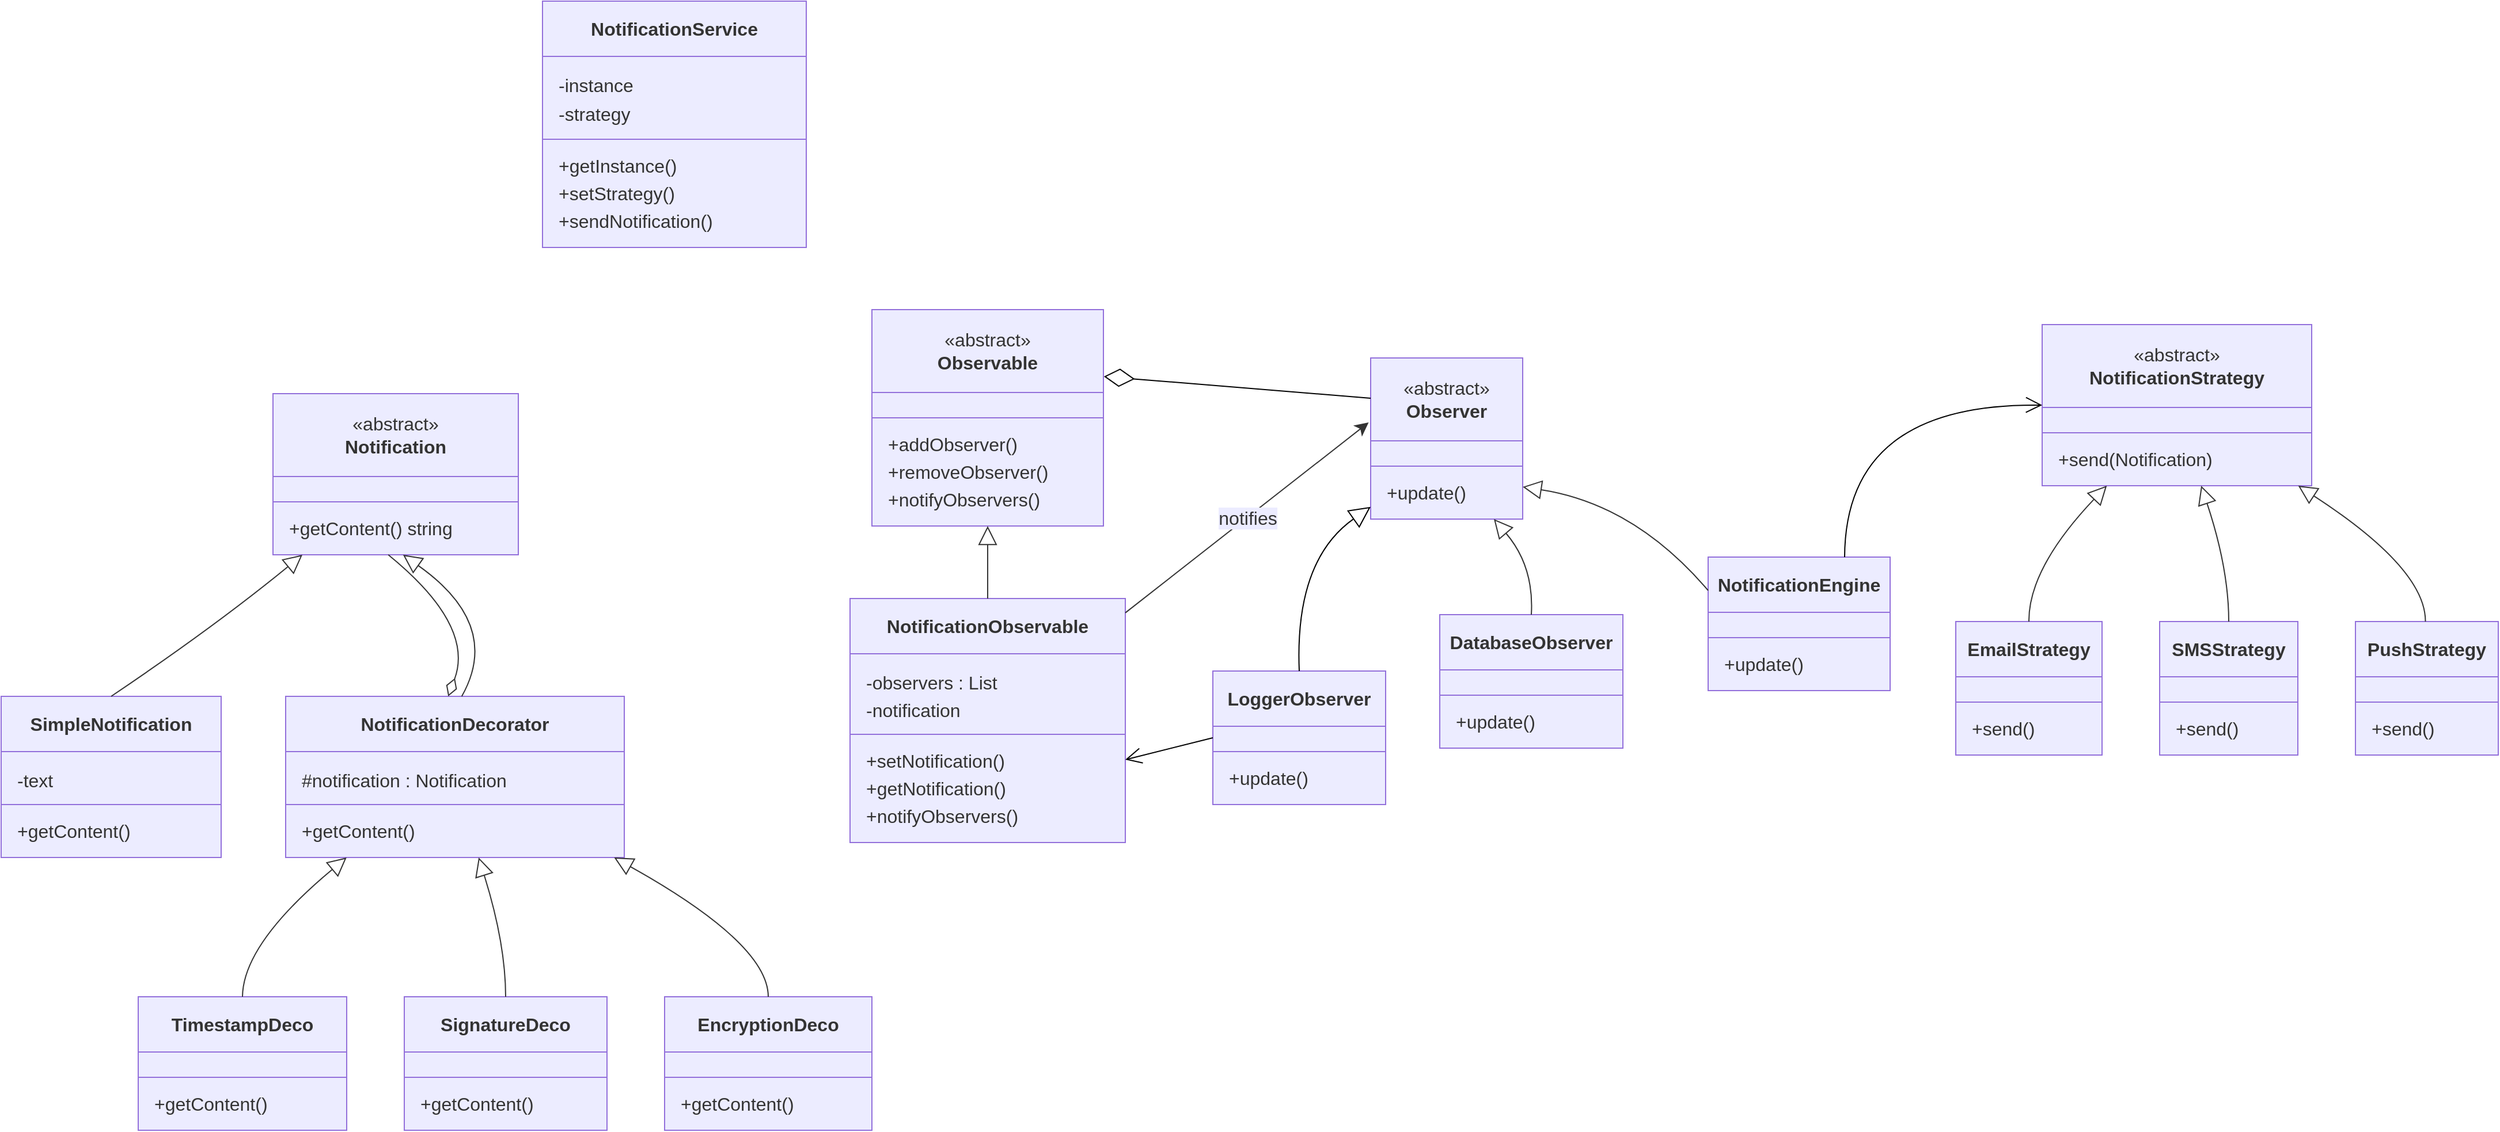
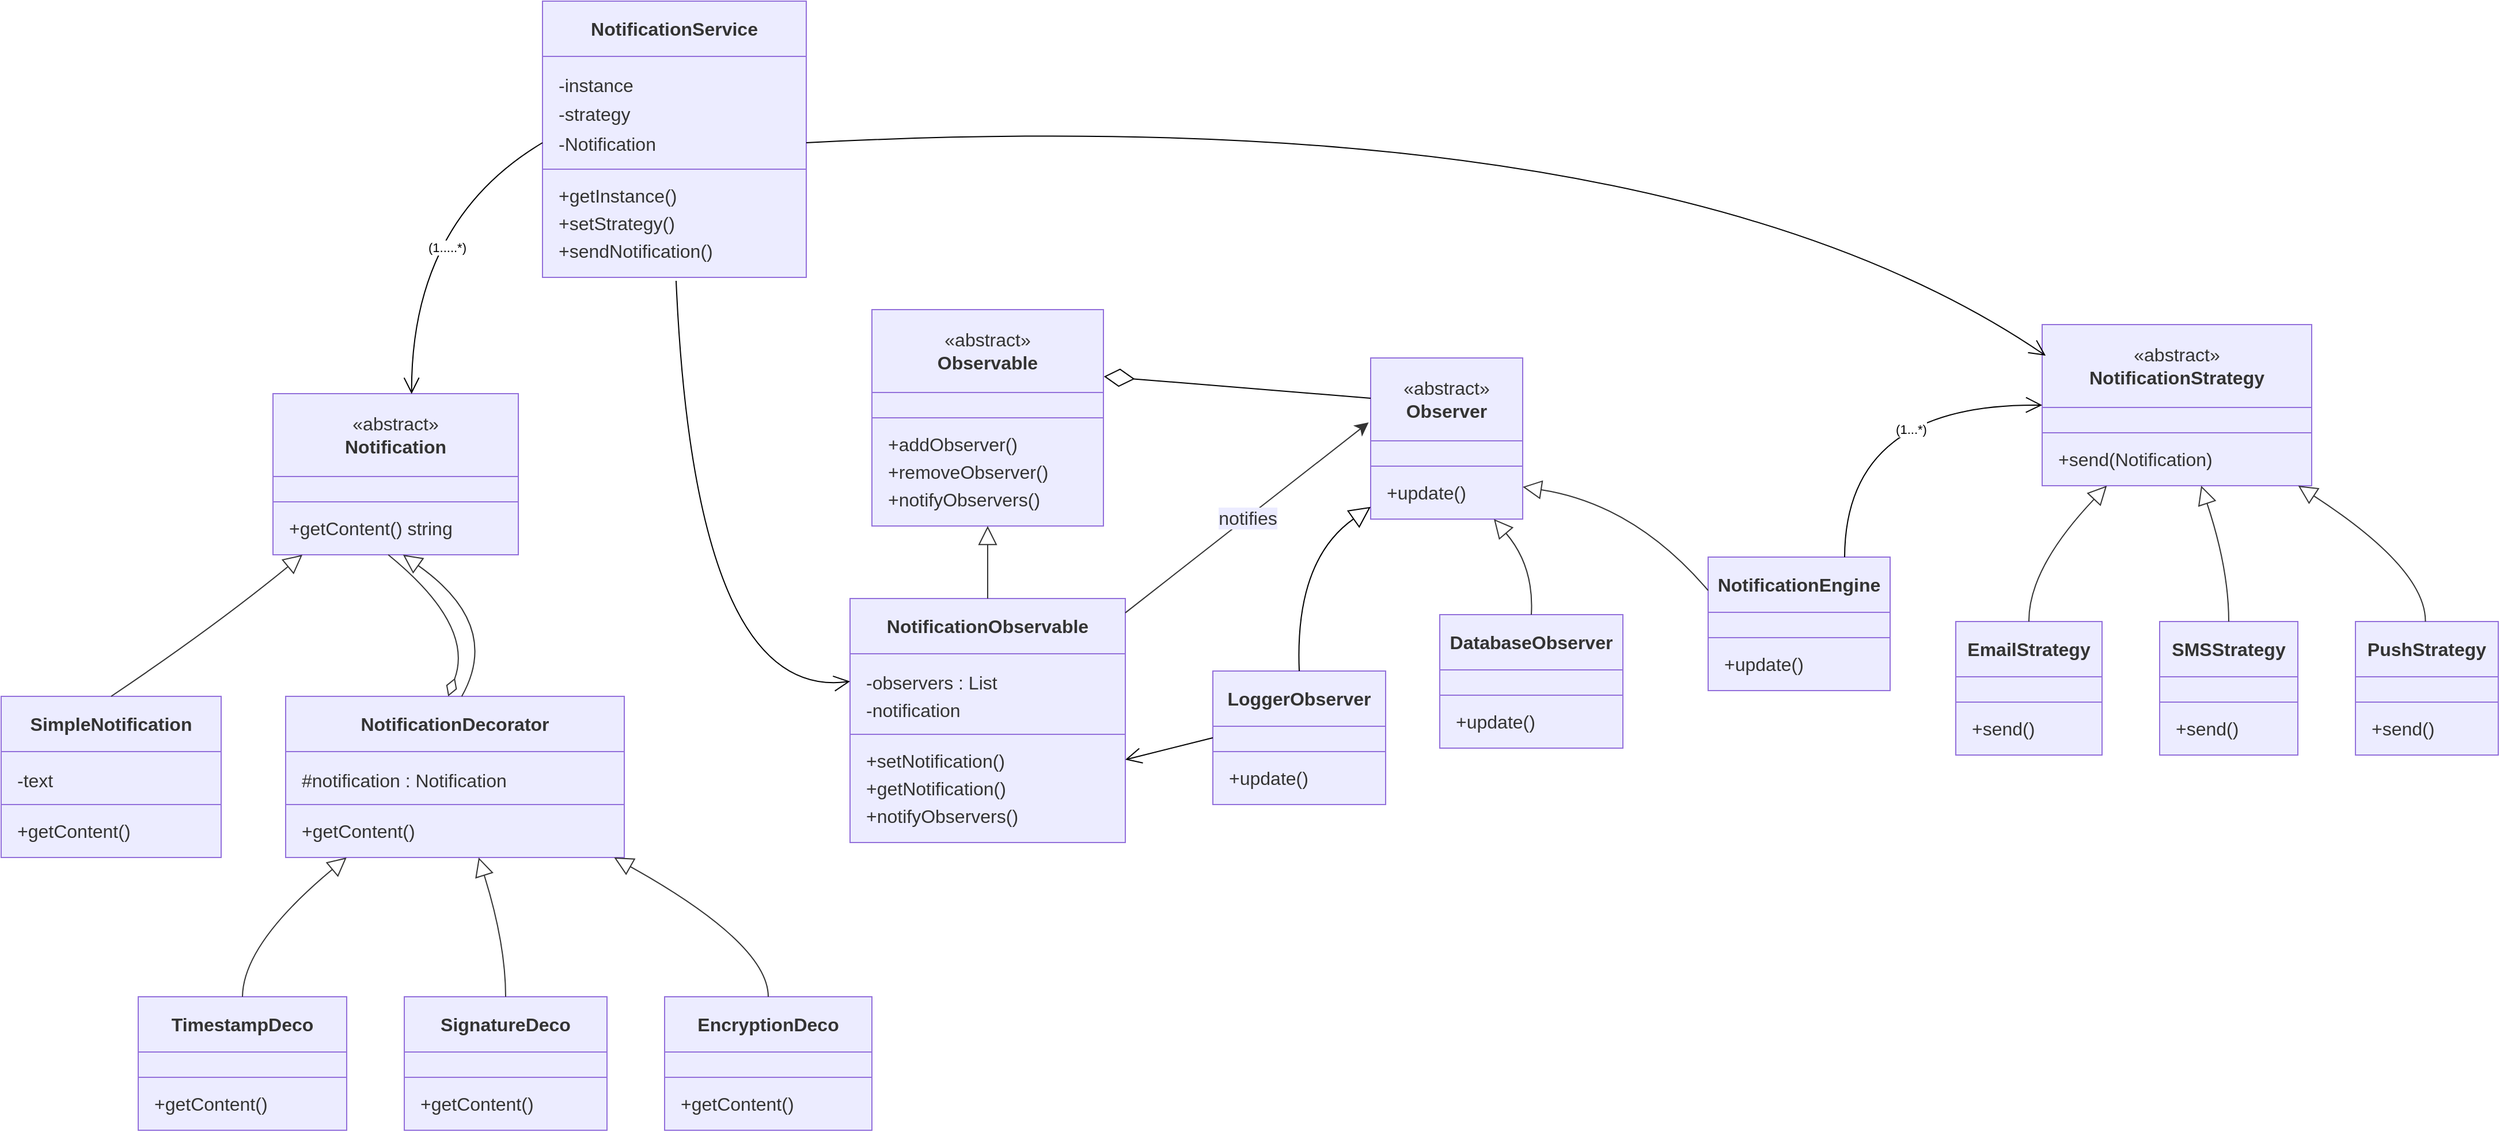
<mxfile host="app.diagrams.net">
  <diagram name="Page-1" id="seDprMgRai6h9_X78aHM">
-     <mxGraphModel dx="2896" dy="1867" grid="0" gridSize="10" guides="1" tooltips="1" connect="1" arrows="1" fold="1" page="0" pageScale="1" pageWidth="827" pageHeight="1169" math="0" shadow="0">
+     <mxGraphModel dx="3146" dy="2014" grid="0" gridSize="10" guides="1" tooltips="1" connect="1" arrows="1" fold="1" page="0" pageScale="1" pageWidth="827" pageHeight="1169" math="0" shadow="0">
      <root>
        <mxCell id="0" />
        <mxCell id="1" parent="0" />
        <UserObject label="" mermaidData="{&#xa;  &quot;data&quot;: &quot;classDiagram\n  class NotificationService {\n    -instance\n    -strategy\n    +getInstance()\n    +setStrategy()\n    +sendNotification()\n  }\n  class NotificationStrategy {\n    &lt;&lt;abstract&gt;&gt;\n    +send(Notification)\n  }\n  class EmailStrategy {\n    +send()\n  }\n  class SMSStrategy {\n    +send()\n  }\n  class PushStrategy {\n    +send()\n  }\n  NotificationService --&gt; NotificationStrategy\n  NotificationStrategy &lt;|-- EmailStrategy\n  NotificationStrategy &lt;|-- SMSStrategy\n  NotificationStrategy &lt;|-- PushStrategy\n\n  class Notification {\n    &lt;&lt;abstract&gt;&gt;\n    +getContent() string\n  }\n  class SimpleNotification {\n    -text\n    +getContent()\n  }\n  class NotificationDecorator {\n    #notification : Notification\n    +getContent()\n  }\n  class TimestampDeco {\n    +getContent()\n  }\n  class SignatureDeco {\n    +getContent()\n  }\n  class EncryptionDeco {\n    +getContent()\n  }\n  Notification &lt;|-- SimpleNotification\n  Notification &lt;|-- NotificationDecorator\n  NotificationDecorator o-- Notification\n  NotificationDecorator &lt;|-- TimestampDeco\n  NotificationDecorator &lt;|-- SignatureDeco\n  NotificationDecorator &lt;|-- EncryptionDeco\n\n  class Observable {\n    &lt;&lt;abstract&gt;&gt;\n    +addObserver()\n    +removeObserver()\n    +notifyObservers()\n  }\n  class NotificationObservable {\n    -observers : List\n    -notification\n    +setNotification()\n    +getNotification()\n    +notifyObservers()\n  }\n  class Observer {\n    &lt;&lt;abstract&gt;&gt;\n    +update()\n  }\n  class LoggerObserver {\n    +update()\n  }\n  class DatabaseObs {\n    +update()\n  }\n  class AnalyticsObserver {\n    +update()\n  }\n  Observable &lt;|-- NotificationObservable\n  Observer &lt;|-- LoggerObserver\n  Observer &lt;|-- DatabaseObs\n  Observer &lt;|-- AnalyticsObserver\n  NotificationObservable --&gt; Observer : notifies&quot;,&#xa;  &quot;config&quot;: null&#xa;}" id="95ljqdtogvRGpSAPRX8R-1">
          <mxCell connectable="0" parent="1" style="group;transparentBounds=1;editIcon=1;lockedGroup=0;groupPadding=20;" vertex="1">
            <mxGeometry height="633" width="1460" as="geometry" />
          </mxCell>
        </UserObject>
        <UserObject label="&lt;b&gt;NotificationService&lt;/b&gt;" mermaidId="n:NotificationService" mermaidBaseStyle="swimlane;html=1;fontStyle=0;fontSize=16;align=center;verticalAlign=middle;horizontal=1;childLayout=stackLayout;startSize=48;horizontalStack=0;resizeParent=1;resizeParentMax=0;resizeLast=0;collapsible=0;marginTop=12;marginBottom=12;stackSpacing=0;swimlaneFillColor=light-dark(#ECECFF,#1f2020);whiteSpace=wrap;fillColor=light-dark(#ECECFF,#1f2020);strokeColor=light-dark(#9370DB,#cccccc);fontColor=light-dark(#333333,#cccccc);fontFamily=Trebuchet MS,Verdana,Arial,sans-serif;" mermaidBaseValue="&lt;b&gt;NotificationService&lt;/b&gt;" id="95ljqdtogvRGpSAPRX8R-2">
          <mxCell parent="95ljqdtogvRGpSAPRX8R-1" style="swimlane;html=1;fontStyle=0;fontSize=16;align=center;verticalAlign=middle;horizontal=1;childLayout=stackLayout;startSize=48;horizontalStack=0;resizeParent=1;resizeParentMax=0;resizeLast=0;collapsible=0;marginTop=12;marginBottom=12;stackSpacing=0;swimlaneFillColor=light-dark(#ECECFF,#1f2020);whiteSpace=wrap;fillColor=light-dark(#ECECFF,#1f2020);strokeColor=light-dark(#9370DB,#cccccc);fontColor=light-dark(#333333,#cccccc);fontFamily=Trebuchet MS,Verdana,Arial,sans-serif;" vertex="1">
-             <mxGeometry height="214" width="229" x="388" y="-36" as="geometry" />
+             <mxGeometry height="240" width="229" x="388" y="-36" as="geometry" />
          </mxCell>
        </UserObject>
        <mxCell id="95ljqdtogvRGpSAPRX8R-3" parent="95ljqdtogvRGpSAPRX8R-2" style="text;fontSize=16;strokeColor=none;fillColor=none;align=left;verticalAlign=middle;spacingLeft=12;spacingRight=12;overflow=hidden;rotatable=0;points=[[0,0.5],[1,0.5]];portConstraint=eastwest;fontFamily=Trebuchet MS,Verdana,Arial,sans-serif;fontColor=light-dark(#333333,#cccccc);" value="-instance" vertex="1">
          <mxGeometry height="24" width="229" y="60" as="geometry" />
        </mxCell>
        <mxCell id="95ljqdtogvRGpSAPRX8R-4" parent="95ljqdtogvRGpSAPRX8R-2" style="text;fontSize=16;strokeColor=none;fillColor=none;align=left;verticalAlign=middle;spacingLeft=12;spacingRight=12;overflow=hidden;rotatable=0;points=[[0,0.5],[1,0.5]];portConstraint=eastwest;fontFamily=Trebuchet MS,Verdana,Arial,sans-serif;fontColor=light-dark(#333333,#cccccc);" value="-strategy" vertex="1">
          <mxGeometry height="26" width="229" y="84" as="geometry" />
        </mxCell>
+         <mxCell id="R15FbQoyLwitaG1NfhFc-1" parent="95ljqdtogvRGpSAPRX8R-2" style="text;fontSize=16;strokeColor=none;fillColor=none;align=left;verticalAlign=middle;spacingLeft=12;spacingRight=12;overflow=hidden;rotatable=0;points=[[0,0.5],[1,0.5]];portConstraint=eastwest;fontFamily=Trebuchet MS,Verdana,Arial,sans-serif;fontColor=light-dark(#333333,#cccccc);" value="-Notification" vertex="1">
+           <mxGeometry height="26" width="229" y="110" as="geometry" />
+         </mxCell>
        <mxCell id="95ljqdtogvRGpSAPRX8R-5" parent="95ljqdtogvRGpSAPRX8R-2" style="line;strokeWidth=1;fillColor=none;spacingLeft=3;spacingRight=3;rotatable=0;points=[];strokeColor=inherit;" vertex="1">
-           <mxGeometry height="20" width="229" y="110" as="geometry" />
+           <mxGeometry height="20" width="229" y="136" as="geometry" />
        </mxCell>
        <mxCell id="95ljqdtogvRGpSAPRX8R-6" parent="95ljqdtogvRGpSAPRX8R-2" style="text;fontSize=16;strokeColor=none;fillColor=none;align=left;verticalAlign=middle;spacingLeft=12;spacingRight=12;overflow=hidden;rotatable=0;points=[[0,0.5],[1,0.5]];portConstraint=eastwest;fontFamily=Trebuchet MS,Verdana,Arial,sans-serif;fontColor=light-dark(#333333,#cccccc);" value="+getInstance()" vertex="1">
-           <mxGeometry height="24" width="229" y="130" as="geometry" />
+           <mxGeometry height="24" width="229" y="156" as="geometry" />
        </mxCell>
        <mxCell id="95ljqdtogvRGpSAPRX8R-7" parent="95ljqdtogvRGpSAPRX8R-2" style="text;fontSize=16;strokeColor=none;fillColor=none;align=left;verticalAlign=middle;spacingLeft=12;spacingRight=12;overflow=hidden;rotatable=0;points=[[0,0.5],[1,0.5]];portConstraint=eastwest;fontFamily=Trebuchet MS,Verdana,Arial,sans-serif;fontColor=light-dark(#333333,#cccccc);" value="+setStrategy()" vertex="1">
-           <mxGeometry height="24" width="229" y="154" as="geometry" />
+           <mxGeometry height="24" width="229" y="180" as="geometry" />
        </mxCell>
        <mxCell id="95ljqdtogvRGpSAPRX8R-8" parent="95ljqdtogvRGpSAPRX8R-2" style="text;fontSize=16;strokeColor=none;fillColor=none;align=left;verticalAlign=middle;spacingLeft=12;spacingRight=12;overflow=hidden;rotatable=0;points=[[0,0.5],[1,0.5]];portConstraint=eastwest;fontFamily=Trebuchet MS,Verdana,Arial,sans-serif;fontColor=light-dark(#333333,#cccccc);" value="+sendNotification()" vertex="1">
-           <mxGeometry height="24" width="229" y="178" as="geometry" />
+           <mxGeometry height="24" width="229" y="204" as="geometry" />
        </mxCell>
        <UserObject label="«abstract»&lt;br&gt;&lt;b&gt;NotificationStrategy&lt;/b&gt;" mermaidId="n:NotificationStrategy" mermaidBaseStyle="swimlane;html=1;fontStyle=0;fontSize=16;align=center;verticalAlign=middle;horizontal=1;childLayout=stackLayout;startSize=72;horizontalStack=0;resizeParent=1;resizeParentMax=0;resizeLast=0;collapsible=0;marginTop=12;marginBottom=12;stackSpacing=0;swimlaneFillColor=light-dark(#ECECFF,#1f2020);whiteSpace=wrap;fillColor=light-dark(#ECECFF,#1f2020);strokeColor=light-dark(#9370DB,#cccccc);fontColor=light-dark(#333333,#cccccc);fontFamily=Trebuchet MS,Verdana,Arial,sans-serif;" mermaidBaseValue="«abstract»&lt;br&gt;&lt;b&gt;NotificationStrategy&lt;/b&gt;" id="95ljqdtogvRGpSAPRX8R-9">
          <mxCell parent="95ljqdtogvRGpSAPRX8R-1" style="swimlane;html=1;fontStyle=0;fontSize=16;align=center;verticalAlign=middle;horizontal=1;childLayout=stackLayout;startSize=72;horizontalStack=0;resizeParent=1;resizeParentMax=0;resizeLast=0;collapsible=0;marginTop=12;marginBottom=12;stackSpacing=0;swimlaneFillColor=light-dark(#ECECFF,#1f2020);whiteSpace=wrap;fillColor=light-dark(#ECECFF,#1f2020);strokeColor=light-dark(#9370DB,#cccccc);fontColor=light-dark(#333333,#cccccc);fontFamily=Trebuchet MS,Verdana,Arial,sans-serif;" vertex="1">
            <mxGeometry height="140" width="234" x="1690" y="245" as="geometry" />
          </mxCell>
        </UserObject>
        <mxCell id="95ljqdtogvRGpSAPRX8R-10" parent="95ljqdtogvRGpSAPRX8R-9" style="line;strokeWidth=1;fillColor=none;spacingLeft=3;spacingRight=3;rotatable=0;points=[];strokeColor=inherit;" vertex="1">
          <mxGeometry height="20" width="234" y="84" as="geometry" />
        </mxCell>
        <mxCell id="95ljqdtogvRGpSAPRX8R-11" parent="95ljqdtogvRGpSAPRX8R-9" style="text;fontSize=16;strokeColor=none;fillColor=none;align=left;verticalAlign=middle;spacingLeft=12;spacingRight=12;overflow=hidden;rotatable=0;points=[[0,0.5],[1,0.5]];portConstraint=eastwest;fontFamily=Trebuchet MS,Verdana,Arial,sans-serif;fontColor=light-dark(#333333,#cccccc);" value="+send(Notification)" vertex="1">
          <mxGeometry height="24" width="234" y="104" as="geometry" />
        </mxCell>
        <UserObject label="&lt;b&gt;EmailStrategy&lt;/b&gt;" mermaidId="n:EmailStrategy" mermaidBaseStyle="swimlane;html=1;fontStyle=0;fontSize=16;align=center;verticalAlign=middle;horizontal=1;childLayout=stackLayout;startSize=48;horizontalStack=0;resizeParent=1;resizeParentMax=0;resizeLast=0;collapsible=0;marginTop=12;marginBottom=12;stackSpacing=0;swimlaneFillColor=light-dark(#ECECFF,#1f2020);whiteSpace=wrap;fillColor=light-dark(#ECECFF,#1f2020);strokeColor=light-dark(#9370DB,#cccccc);fontColor=light-dark(#333333,#cccccc);fontFamily=Trebuchet MS,Verdana,Arial,sans-serif;" mermaidBaseValue="&lt;b&gt;EmailStrategy&lt;/b&gt;" id="95ljqdtogvRGpSAPRX8R-12">
          <mxCell parent="95ljqdtogvRGpSAPRX8R-1" style="swimlane;html=1;fontStyle=0;fontSize=16;align=center;verticalAlign=middle;horizontal=1;childLayout=stackLayout;startSize=48;horizontalStack=0;resizeParent=1;resizeParentMax=0;resizeLast=0;collapsible=0;marginTop=12;marginBottom=12;stackSpacing=0;swimlaneFillColor=light-dark(#ECECFF,#1f2020);whiteSpace=wrap;fillColor=light-dark(#ECECFF,#1f2020);strokeColor=light-dark(#9370DB,#cccccc);fontColor=light-dark(#333333,#cccccc);fontFamily=Trebuchet MS,Verdana,Arial,sans-serif;" vertex="1">
            <mxGeometry height="116" width="127" x="1615" y="503" as="geometry" />
          </mxCell>
        </UserObject>
        <mxCell id="95ljqdtogvRGpSAPRX8R-13" parent="95ljqdtogvRGpSAPRX8R-12" style="line;strokeWidth=1;fillColor=none;spacingLeft=3;spacingRight=3;rotatable=0;points=[];strokeColor=inherit;" vertex="1">
          <mxGeometry height="20" width="127" y="60" as="geometry" />
        </mxCell>
        <mxCell id="95ljqdtogvRGpSAPRX8R-14" parent="95ljqdtogvRGpSAPRX8R-12" style="text;fontSize=16;strokeColor=none;fillColor=none;align=left;verticalAlign=middle;spacingLeft=12;spacingRight=12;overflow=hidden;rotatable=0;points=[[0,0.5],[1,0.5]];portConstraint=eastwest;fontFamily=Trebuchet MS,Verdana,Arial,sans-serif;fontColor=light-dark(#333333,#cccccc);" value="+send()" vertex="1">
          <mxGeometry height="24" width="127" y="80" as="geometry" />
        </mxCell>
        <UserObject label="&lt;b&gt;SMSStrategy&lt;/b&gt;" mermaidId="n:SMSStrategy" mermaidBaseStyle="swimlane;html=1;fontStyle=0;fontSize=16;align=center;verticalAlign=middle;horizontal=1;childLayout=stackLayout;startSize=48;horizontalStack=0;resizeParent=1;resizeParentMax=0;resizeLast=0;collapsible=0;marginTop=12;marginBottom=12;stackSpacing=0;swimlaneFillColor=light-dark(#ECECFF,#1f2020);whiteSpace=wrap;fillColor=light-dark(#ECECFF,#1f2020);strokeColor=light-dark(#9370DB,#cccccc);fontColor=light-dark(#333333,#cccccc);fontFamily=Trebuchet MS,Verdana,Arial,sans-serif;" mermaidBaseValue="&lt;b&gt;SMSStrategy&lt;/b&gt;" id="95ljqdtogvRGpSAPRX8R-15">
          <mxCell parent="95ljqdtogvRGpSAPRX8R-1" style="swimlane;html=1;fontStyle=0;fontSize=16;align=center;verticalAlign=middle;horizontal=1;childLayout=stackLayout;startSize=48;horizontalStack=0;resizeParent=1;resizeParentMax=0;resizeLast=0;collapsible=0;marginTop=12;marginBottom=12;stackSpacing=0;swimlaneFillColor=light-dark(#ECECFF,#1f2020);whiteSpace=wrap;fillColor=light-dark(#ECECFF,#1f2020);strokeColor=light-dark(#9370DB,#cccccc);fontColor=light-dark(#333333,#cccccc);fontFamily=Trebuchet MS,Verdana,Arial,sans-serif;" vertex="1">
            <mxGeometry height="116" width="120" x="1792" y="503" as="geometry" />
          </mxCell>
        </UserObject>
        <mxCell id="95ljqdtogvRGpSAPRX8R-16" parent="95ljqdtogvRGpSAPRX8R-15" style="line;strokeWidth=1;fillColor=none;spacingLeft=3;spacingRight=3;rotatable=0;points=[];strokeColor=inherit;" vertex="1">
          <mxGeometry height="20" width="120" y="60" as="geometry" />
        </mxCell>
        <mxCell id="95ljqdtogvRGpSAPRX8R-17" parent="95ljqdtogvRGpSAPRX8R-15" style="text;fontSize=16;strokeColor=none;fillColor=none;align=left;verticalAlign=middle;spacingLeft=12;spacingRight=12;overflow=hidden;rotatable=0;points=[[0,0.5],[1,0.5]];portConstraint=eastwest;fontFamily=Trebuchet MS,Verdana,Arial,sans-serif;fontColor=light-dark(#333333,#cccccc);" value="+send()" vertex="1">
          <mxGeometry height="24" width="120" y="80" as="geometry" />
        </mxCell>
        <UserObject label="&lt;b&gt;PushStrategy&lt;/b&gt;" mermaidId="n:PushStrategy" mermaidBaseStyle="swimlane;html=1;fontStyle=0;fontSize=16;align=center;verticalAlign=middle;horizontal=1;childLayout=stackLayout;startSize=48;horizontalStack=0;resizeParent=1;resizeParentMax=0;resizeLast=0;collapsible=0;marginTop=12;marginBottom=12;stackSpacing=0;swimlaneFillColor=light-dark(#ECECFF,#1f2020);whiteSpace=wrap;fillColor=light-dark(#ECECFF,#1f2020);strokeColor=light-dark(#9370DB,#cccccc);fontColor=light-dark(#333333,#cccccc);fontFamily=Trebuchet MS,Verdana,Arial,sans-serif;" mermaidBaseValue="&lt;b&gt;PushStrategy&lt;/b&gt;" id="95ljqdtogvRGpSAPRX8R-18">
          <mxCell parent="95ljqdtogvRGpSAPRX8R-1" style="swimlane;html=1;fontStyle=0;fontSize=16;align=center;verticalAlign=middle;horizontal=1;childLayout=stackLayout;startSize=48;horizontalStack=0;resizeParent=1;resizeParentMax=0;resizeLast=0;collapsible=0;marginTop=12;marginBottom=12;stackSpacing=0;swimlaneFillColor=light-dark(#ECECFF,#1f2020);whiteSpace=wrap;fillColor=light-dark(#ECECFF,#1f2020);strokeColor=light-dark(#9370DB,#cccccc);fontColor=light-dark(#333333,#cccccc);fontFamily=Trebuchet MS,Verdana,Arial,sans-serif;" vertex="1">
            <mxGeometry height="116" width="124" x="1962" y="503" as="geometry" />
          </mxCell>
        </UserObject>
        <mxCell id="95ljqdtogvRGpSAPRX8R-19" parent="95ljqdtogvRGpSAPRX8R-18" style="line;strokeWidth=1;fillColor=none;spacingLeft=3;spacingRight=3;rotatable=0;points=[];strokeColor=inherit;" vertex="1">
          <mxGeometry height="20" width="124" y="60" as="geometry" />
        </mxCell>
        <mxCell id="95ljqdtogvRGpSAPRX8R-20" parent="95ljqdtogvRGpSAPRX8R-18" style="text;fontSize=16;strokeColor=none;fillColor=none;align=left;verticalAlign=middle;spacingLeft=12;spacingRight=12;overflow=hidden;rotatable=0;points=[[0,0.5],[1,0.5]];portConstraint=eastwest;fontFamily=Trebuchet MS,Verdana,Arial,sans-serif;fontColor=light-dark(#333333,#cccccc);" value="+send()" vertex="1">
          <mxGeometry height="24" width="124" y="80" as="geometry" />
        </mxCell>
        <UserObject label="«abstract»&lt;br&gt;&lt;b&gt;Notification&lt;/b&gt;" mermaidId="n:Notification" mermaidBaseStyle="swimlane;html=1;fontStyle=0;fontSize=16;align=center;verticalAlign=middle;horizontal=1;childLayout=stackLayout;startSize=72;horizontalStack=0;resizeParent=1;resizeParentMax=0;resizeLast=0;collapsible=0;marginTop=12;marginBottom=12;stackSpacing=0;swimlaneFillColor=light-dark(#ECECFF,#1f2020);whiteSpace=wrap;fillColor=light-dark(#ECECFF,#1f2020);strokeColor=light-dark(#9370DB,#cccccc);fontColor=light-dark(#333333,#cccccc);fontFamily=Trebuchet MS,Verdana,Arial,sans-serif;" mermaidBaseValue="«abstract»&lt;br&gt;&lt;b&gt;Notification&lt;/b&gt;" id="95ljqdtogvRGpSAPRX8R-21">
          <mxCell parent="95ljqdtogvRGpSAPRX8R-1" style="swimlane;html=1;fontStyle=0;fontSize=16;align=center;verticalAlign=middle;horizontal=1;childLayout=stackLayout;startSize=72;horizontalStack=0;resizeParent=1;resizeParentMax=0;resizeLast=0;collapsible=0;marginTop=12;marginBottom=12;stackSpacing=0;swimlaneFillColor=light-dark(#ECECFF,#1f2020);whiteSpace=wrap;fillColor=light-dark(#ECECFF,#1f2020);strokeColor=light-dark(#9370DB,#cccccc);fontColor=light-dark(#333333,#cccccc);fontFamily=Trebuchet MS,Verdana,Arial,sans-serif;" vertex="1">
            <mxGeometry height="140" width="213" x="154" y="305" as="geometry" />
          </mxCell>
        </UserObject>
        <mxCell id="95ljqdtogvRGpSAPRX8R-22" parent="95ljqdtogvRGpSAPRX8R-21" style="line;strokeWidth=1;fillColor=none;spacingLeft=3;spacingRight=3;rotatable=0;points=[];strokeColor=inherit;" vertex="1">
          <mxGeometry height="20" width="213" y="84" as="geometry" />
        </mxCell>
        <mxCell id="95ljqdtogvRGpSAPRX8R-23" parent="95ljqdtogvRGpSAPRX8R-21" style="text;fontSize=16;strokeColor=none;fillColor=none;align=left;verticalAlign=middle;spacingLeft=12;spacingRight=12;overflow=hidden;rotatable=0;points=[[0,0.5],[1,0.5]];portConstraint=eastwest;fontFamily=Trebuchet MS,Verdana,Arial,sans-serif;fontColor=light-dark(#333333,#cccccc);" value="+getContent() string" vertex="1">
          <mxGeometry height="24" width="213" y="104" as="geometry" />
        </mxCell>
        <UserObject label="&lt;b&gt;SimpleNotification&lt;/b&gt;" mermaidId="n:SimpleNotification" mermaidBaseStyle="swimlane;html=1;fontStyle=0;fontSize=16;align=center;verticalAlign=middle;horizontal=1;childLayout=stackLayout;startSize=48;horizontalStack=0;resizeParent=1;resizeParentMax=0;resizeLast=0;collapsible=0;marginTop=12;marginBottom=12;stackSpacing=0;swimlaneFillColor=light-dark(#ECECFF,#1f2020);whiteSpace=wrap;fillColor=light-dark(#ECECFF,#1f2020);strokeColor=light-dark(#9370DB,#cccccc);fontColor=light-dark(#333333,#cccccc);fontFamily=Trebuchet MS,Verdana,Arial,sans-serif;" mermaidBaseValue="&lt;b&gt;SimpleNotification&lt;/b&gt;" id="95ljqdtogvRGpSAPRX8R-24">
          <mxCell parent="95ljqdtogvRGpSAPRX8R-1" style="swimlane;html=1;fontStyle=0;fontSize=16;align=center;verticalAlign=middle;horizontal=1;childLayout=stackLayout;startSize=48;horizontalStack=0;resizeParent=1;resizeParentMax=0;resizeLast=0;collapsible=0;marginTop=12;marginBottom=12;stackSpacing=0;swimlaneFillColor=light-dark(#ECECFF,#1f2020);whiteSpace=wrap;fillColor=light-dark(#ECECFF,#1f2020);strokeColor=light-dark(#9370DB,#cccccc);fontColor=light-dark(#333333,#cccccc);fontFamily=Trebuchet MS,Verdana,Arial,sans-serif;" vertex="1">
            <mxGeometry height="140" width="191" x="-82" y="568" as="geometry" />
          </mxCell>
        </UserObject>
        <mxCell id="95ljqdtogvRGpSAPRX8R-25" parent="95ljqdtogvRGpSAPRX8R-24" style="text;fontSize=16;strokeColor=none;fillColor=none;align=left;verticalAlign=middle;spacingLeft=12;spacingRight=12;overflow=hidden;rotatable=0;points=[[0,0.5],[1,0.5]];portConstraint=eastwest;fontFamily=Trebuchet MS,Verdana,Arial,sans-serif;fontColor=light-dark(#333333,#cccccc);" value="-text" vertex="1">
          <mxGeometry height="24" width="191" y="60" as="geometry" />
        </mxCell>
        <mxCell id="95ljqdtogvRGpSAPRX8R-26" parent="95ljqdtogvRGpSAPRX8R-24" style="line;strokeWidth=1;fillColor=none;spacingLeft=3;spacingRight=3;rotatable=0;points=[];strokeColor=inherit;" vertex="1">
          <mxGeometry height="20" width="191" y="84" as="geometry" />
        </mxCell>
        <mxCell id="95ljqdtogvRGpSAPRX8R-27" parent="95ljqdtogvRGpSAPRX8R-24" style="text;fontSize=16;strokeColor=none;fillColor=none;align=left;verticalAlign=middle;spacingLeft=12;spacingRight=12;overflow=hidden;rotatable=0;points=[[0,0.5],[1,0.5]];portConstraint=eastwest;fontFamily=Trebuchet MS,Verdana,Arial,sans-serif;fontColor=light-dark(#333333,#cccccc);" value="+getContent()" vertex="1">
          <mxGeometry height="24" width="191" y="104" as="geometry" />
        </mxCell>
        <UserObject label="&lt;b&gt;NotificationDecorator&lt;/b&gt;" mermaidId="n:NotificationDecorator" mermaidBaseStyle="swimlane;html=1;fontStyle=0;fontSize=16;align=center;verticalAlign=middle;horizontal=1;childLayout=stackLayout;startSize=48;horizontalStack=0;resizeParent=1;resizeParentMax=0;resizeLast=0;collapsible=0;marginTop=12;marginBottom=12;stackSpacing=0;swimlaneFillColor=light-dark(#ECECFF,#1f2020);whiteSpace=wrap;fillColor=light-dark(#ECECFF,#1f2020);strokeColor=light-dark(#9370DB,#cccccc);fontColor=light-dark(#333333,#cccccc);fontFamily=Trebuchet MS,Verdana,Arial,sans-serif;" mermaidBaseValue="&lt;b&gt;NotificationDecorator&lt;/b&gt;" id="95ljqdtogvRGpSAPRX8R-28">
          <mxCell parent="95ljqdtogvRGpSAPRX8R-1" style="swimlane;html=1;fontStyle=0;fontSize=16;align=center;verticalAlign=middle;horizontal=1;childLayout=stackLayout;startSize=48;horizontalStack=0;resizeParent=1;resizeParentMax=0;resizeLast=0;collapsible=0;marginTop=12;marginBottom=12;stackSpacing=0;swimlaneFillColor=light-dark(#ECECFF,#1f2020);whiteSpace=wrap;fillColor=light-dark(#ECECFF,#1f2020);strokeColor=light-dark(#9370DB,#cccccc);fontColor=light-dark(#333333,#cccccc);fontFamily=Trebuchet MS,Verdana,Arial,sans-serif;" vertex="1">
            <mxGeometry height="140" width="294" x="165" y="568" as="geometry" />
          </mxCell>
        </UserObject>
        <mxCell id="95ljqdtogvRGpSAPRX8R-29" parent="95ljqdtogvRGpSAPRX8R-28" style="text;fontSize=16;strokeColor=none;fillColor=none;align=left;verticalAlign=middle;spacingLeft=12;spacingRight=12;overflow=hidden;rotatable=0;points=[[0,0.5],[1,0.5]];portConstraint=eastwest;fontFamily=Trebuchet MS,Verdana,Arial,sans-serif;fontColor=light-dark(#333333,#cccccc);" value="#notification : Notification" vertex="1">
          <mxGeometry height="24" width="294" y="60" as="geometry" />
        </mxCell>
        <mxCell id="95ljqdtogvRGpSAPRX8R-30" parent="95ljqdtogvRGpSAPRX8R-28" style="line;strokeWidth=1;fillColor=none;spacingLeft=3;spacingRight=3;rotatable=0;points=[];strokeColor=inherit;" vertex="1">
          <mxGeometry height="20" width="294" y="84" as="geometry" />
        </mxCell>
        <mxCell id="95ljqdtogvRGpSAPRX8R-31" parent="95ljqdtogvRGpSAPRX8R-28" style="text;fontSize=16;strokeColor=none;fillColor=none;align=left;verticalAlign=middle;spacingLeft=12;spacingRight=12;overflow=hidden;rotatable=0;points=[[0,0.5],[1,0.5]];portConstraint=eastwest;fontFamily=Trebuchet MS,Verdana,Arial,sans-serif;fontColor=light-dark(#333333,#cccccc);" value="+getContent()" vertex="1">
          <mxGeometry height="24" width="294" y="104" as="geometry" />
        </mxCell>
        <UserObject label="&lt;b&gt;TimestampDeco&lt;/b&gt;" mermaidId="n:TimestampDeco" mermaidBaseStyle="swimlane;html=1;fontStyle=0;fontSize=16;align=center;verticalAlign=middle;horizontal=1;childLayout=stackLayout;startSize=48;horizontalStack=0;resizeParent=1;resizeParentMax=0;resizeLast=0;collapsible=0;marginTop=12;marginBottom=12;stackSpacing=0;swimlaneFillColor=light-dark(#ECECFF,#1f2020);whiteSpace=wrap;fillColor=light-dark(#ECECFF,#1f2020);strokeColor=light-dark(#9370DB,#cccccc);fontColor=light-dark(#333333,#cccccc);fontFamily=Trebuchet MS,Verdana,Arial,sans-serif;" mermaidBaseValue="&lt;b&gt;TimestampDeco&lt;/b&gt;" id="95ljqdtogvRGpSAPRX8R-32">
          <mxCell parent="95ljqdtogvRGpSAPRX8R-1" style="swimlane;html=1;fontStyle=0;fontSize=16;align=center;verticalAlign=middle;horizontal=1;childLayout=stackLayout;startSize=48;horizontalStack=0;resizeParent=1;resizeParentMax=0;resizeLast=0;collapsible=0;marginTop=12;marginBottom=12;stackSpacing=0;swimlaneFillColor=light-dark(#ECECFF,#1f2020);whiteSpace=wrap;fillColor=light-dark(#ECECFF,#1f2020);strokeColor=light-dark(#9370DB,#cccccc);fontColor=light-dark(#333333,#cccccc);fontFamily=Trebuchet MS,Verdana,Arial,sans-serif;" vertex="1">
            <mxGeometry height="116" width="181" x="37" y="829" as="geometry" />
          </mxCell>
        </UserObject>
        <mxCell id="95ljqdtogvRGpSAPRX8R-33" parent="95ljqdtogvRGpSAPRX8R-32" style="line;strokeWidth=1;fillColor=none;spacingLeft=3;spacingRight=3;rotatable=0;points=[];strokeColor=inherit;" vertex="1">
          <mxGeometry height="20" width="181" y="60" as="geometry" />
        </mxCell>
        <mxCell id="95ljqdtogvRGpSAPRX8R-34" parent="95ljqdtogvRGpSAPRX8R-32" style="text;fontSize=16;strokeColor=none;fillColor=none;align=left;verticalAlign=middle;spacingLeft=12;spacingRight=12;overflow=hidden;rotatable=0;points=[[0,0.5],[1,0.5]];portConstraint=eastwest;fontFamily=Trebuchet MS,Verdana,Arial,sans-serif;fontColor=light-dark(#333333,#cccccc);" value="+getContent()" vertex="1">
          <mxGeometry height="24" width="181" y="80" as="geometry" />
        </mxCell>
        <UserObject label="&lt;b&gt;SignatureDeco&lt;/b&gt;" mermaidId="n:SignatureDeco" mermaidBaseStyle="swimlane;html=1;fontStyle=0;fontSize=16;align=center;verticalAlign=middle;horizontal=1;childLayout=stackLayout;startSize=48;horizontalStack=0;resizeParent=1;resizeParentMax=0;resizeLast=0;collapsible=0;marginTop=12;marginBottom=12;stackSpacing=0;swimlaneFillColor=light-dark(#ECECFF,#1f2020);whiteSpace=wrap;fillColor=light-dark(#ECECFF,#1f2020);strokeColor=light-dark(#9370DB,#cccccc);fontColor=light-dark(#333333,#cccccc);fontFamily=Trebuchet MS,Verdana,Arial,sans-serif;" mermaidBaseValue="&lt;b&gt;SignatureDeco&lt;/b&gt;" id="95ljqdtogvRGpSAPRX8R-35">
          <mxCell parent="95ljqdtogvRGpSAPRX8R-1" style="swimlane;html=1;fontStyle=0;fontSize=16;align=center;verticalAlign=middle;horizontal=1;childLayout=stackLayout;startSize=48;horizontalStack=0;resizeParent=1;resizeParentMax=0;resizeLast=0;collapsible=0;marginTop=12;marginBottom=12;stackSpacing=0;swimlaneFillColor=light-dark(#ECECFF,#1f2020);whiteSpace=wrap;fillColor=light-dark(#ECECFF,#1f2020);strokeColor=light-dark(#9370DB,#cccccc);fontColor=light-dark(#333333,#cccccc);fontFamily=Trebuchet MS,Verdana,Arial,sans-serif;" vertex="1">
            <mxGeometry height="116" width="176" x="268" y="829" as="geometry" />
          </mxCell>
        </UserObject>
        <mxCell id="95ljqdtogvRGpSAPRX8R-36" parent="95ljqdtogvRGpSAPRX8R-35" style="line;strokeWidth=1;fillColor=none;spacingLeft=3;spacingRight=3;rotatable=0;points=[];strokeColor=inherit;" vertex="1">
          <mxGeometry height="20" width="176" y="60" as="geometry" />
        </mxCell>
        <mxCell id="95ljqdtogvRGpSAPRX8R-37" parent="95ljqdtogvRGpSAPRX8R-35" style="text;fontSize=16;strokeColor=none;fillColor=none;align=left;verticalAlign=middle;spacingLeft=12;spacingRight=12;overflow=hidden;rotatable=0;points=[[0,0.5],[1,0.5]];portConstraint=eastwest;fontFamily=Trebuchet MS,Verdana,Arial,sans-serif;fontColor=light-dark(#333333,#cccccc);" value="+getContent()" vertex="1">
          <mxGeometry height="24" width="176" y="80" as="geometry" />
        </mxCell>
        <UserObject label="&lt;b&gt;EncryptionDeco&lt;/b&gt;" mermaidId="n:EncryptionDeco" mermaidBaseStyle="swimlane;html=1;fontStyle=0;fontSize=16;align=center;verticalAlign=middle;horizontal=1;childLayout=stackLayout;startSize=48;horizontalStack=0;resizeParent=1;resizeParentMax=0;resizeLast=0;collapsible=0;marginTop=12;marginBottom=12;stackSpacing=0;swimlaneFillColor=light-dark(#ECECFF,#1f2020);whiteSpace=wrap;fillColor=light-dark(#ECECFF,#1f2020);strokeColor=light-dark(#9370DB,#cccccc);fontColor=light-dark(#333333,#cccccc);fontFamily=Trebuchet MS,Verdana,Arial,sans-serif;" mermaidBaseValue="&lt;b&gt;EncryptionDeco&lt;/b&gt;" id="95ljqdtogvRGpSAPRX8R-38">
          <mxCell parent="95ljqdtogvRGpSAPRX8R-1" style="swimlane;html=1;fontStyle=0;fontSize=16;align=center;verticalAlign=middle;horizontal=1;childLayout=stackLayout;startSize=48;horizontalStack=0;resizeParent=1;resizeParentMax=0;resizeLast=0;collapsible=0;marginTop=12;marginBottom=12;stackSpacing=0;swimlaneFillColor=light-dark(#ECECFF,#1f2020);whiteSpace=wrap;fillColor=light-dark(#ECECFF,#1f2020);strokeColor=light-dark(#9370DB,#cccccc);fontColor=light-dark(#333333,#cccccc);fontFamily=Trebuchet MS,Verdana,Arial,sans-serif;" vertex="1">
            <mxGeometry height="116" width="180" x="494" y="829" as="geometry" />
          </mxCell>
        </UserObject>
        <mxCell id="95ljqdtogvRGpSAPRX8R-39" parent="95ljqdtogvRGpSAPRX8R-38" style="line;strokeWidth=1;fillColor=none;spacingLeft=3;spacingRight=3;rotatable=0;points=[];strokeColor=inherit;" vertex="1">
          <mxGeometry height="20" width="180" y="60" as="geometry" />
        </mxCell>
        <mxCell id="95ljqdtogvRGpSAPRX8R-40" parent="95ljqdtogvRGpSAPRX8R-38" style="text;fontSize=16;strokeColor=none;fillColor=none;align=left;verticalAlign=middle;spacingLeft=12;spacingRight=12;overflow=hidden;rotatable=0;points=[[0,0.5],[1,0.5]];portConstraint=eastwest;fontFamily=Trebuchet MS,Verdana,Arial,sans-serif;fontColor=light-dark(#333333,#cccccc);" value="+getContent()" vertex="1">
          <mxGeometry height="24" width="180" y="80" as="geometry" />
        </mxCell>
        <UserObject label="«abstract»&lt;br&gt;&lt;b&gt;Observable&lt;/b&gt;" mermaidId="n:Observable" mermaidBaseStyle="swimlane;html=1;fontStyle=0;fontSize=16;align=center;verticalAlign=middle;horizontal=1;childLayout=stackLayout;startSize=72;horizontalStack=0;resizeParent=1;resizeParentMax=0;resizeLast=0;collapsible=0;marginTop=12;marginBottom=12;stackSpacing=0;swimlaneFillColor=light-dark(#ECECFF,#1f2020);whiteSpace=wrap;fillColor=light-dark(#ECECFF,#1f2020);strokeColor=light-dark(#9370DB,#cccccc);fontColor=light-dark(#333333,#cccccc);fontFamily=Trebuchet MS,Verdana,Arial,sans-serif;" mermaidBaseValue="«abstract»&lt;br&gt;&lt;b&gt;Observable&lt;/b&gt;" id="95ljqdtogvRGpSAPRX8R-41">
          <mxCell parent="95ljqdtogvRGpSAPRX8R-1" style="swimlane;html=1;fontStyle=0;fontSize=16;align=center;verticalAlign=middle;horizontal=1;childLayout=stackLayout;startSize=72;horizontalStack=0;resizeParent=1;resizeParentMax=0;resizeLast=0;collapsible=0;marginTop=12;marginBottom=12;stackSpacing=0;swimlaneFillColor=light-dark(#ECECFF,#1f2020);whiteSpace=wrap;fillColor=light-dark(#ECECFF,#1f2020);strokeColor=light-dark(#9370DB,#cccccc);fontColor=light-dark(#333333,#cccccc);fontFamily=Trebuchet MS,Verdana,Arial,sans-serif;" vertex="1">
            <mxGeometry height="188" width="201" x="674" y="232" as="geometry" />
          </mxCell>
        </UserObject>
        <mxCell id="95ljqdtogvRGpSAPRX8R-42" parent="95ljqdtogvRGpSAPRX8R-41" style="line;strokeWidth=1;fillColor=none;spacingLeft=3;spacingRight=3;rotatable=0;points=[];strokeColor=inherit;" vertex="1">
          <mxGeometry height="20" width="201" y="84" as="geometry" />
        </mxCell>
        <mxCell id="95ljqdtogvRGpSAPRX8R-43" parent="95ljqdtogvRGpSAPRX8R-41" style="text;fontSize=16;strokeColor=none;fillColor=none;align=left;verticalAlign=middle;spacingLeft=12;spacingRight=12;overflow=hidden;rotatable=0;points=[[0,0.5],[1,0.5]];portConstraint=eastwest;fontFamily=Trebuchet MS,Verdana,Arial,sans-serif;fontColor=light-dark(#333333,#cccccc);" value="+addObserver()" vertex="1">
          <mxGeometry height="24" width="201" y="104" as="geometry" />
        </mxCell>
        <mxCell id="95ljqdtogvRGpSAPRX8R-44" parent="95ljqdtogvRGpSAPRX8R-41" style="text;fontSize=16;strokeColor=none;fillColor=none;align=left;verticalAlign=middle;spacingLeft=12;spacingRight=12;overflow=hidden;rotatable=0;points=[[0,0.5],[1,0.5]];portConstraint=eastwest;fontFamily=Trebuchet MS,Verdana,Arial,sans-serif;fontColor=light-dark(#333333,#cccccc);" value="+removeObserver()" vertex="1">
          <mxGeometry height="24" width="201" y="128" as="geometry" />
        </mxCell>
        <mxCell id="95ljqdtogvRGpSAPRX8R-45" parent="95ljqdtogvRGpSAPRX8R-41" style="text;fontSize=16;strokeColor=none;fillColor=none;align=left;verticalAlign=middle;spacingLeft=12;spacingRight=12;overflow=hidden;rotatable=0;points=[[0,0.5],[1,0.5]];portConstraint=eastwest;fontFamily=Trebuchet MS,Verdana,Arial,sans-serif;fontColor=light-dark(#333333,#cccccc);" value="+notifyObservers()" vertex="1">
          <mxGeometry height="24" width="201" y="152" as="geometry" />
        </mxCell>
        <UserObject label="&lt;b&gt;NotificationObservable&lt;/b&gt;" mermaidId="n:NotificationObservable" mermaidBaseStyle="swimlane;html=1;fontStyle=0;fontSize=16;align=center;verticalAlign=middle;horizontal=1;childLayout=stackLayout;startSize=48;horizontalStack=0;resizeParent=1;resizeParentMax=0;resizeLast=0;collapsible=0;marginTop=12;marginBottom=12;stackSpacing=0;swimlaneFillColor=light-dark(#ECECFF,#1f2020);whiteSpace=wrap;fillColor=light-dark(#ECECFF,#1f2020);strokeColor=light-dark(#9370DB,#cccccc);fontColor=light-dark(#333333,#cccccc);fontFamily=Trebuchet MS,Verdana,Arial,sans-serif;" mermaidBaseValue="&lt;b&gt;NotificationObservable&lt;/b&gt;" id="95ljqdtogvRGpSAPRX8R-46">
          <mxCell parent="95ljqdtogvRGpSAPRX8R-1" style="swimlane;html=1;fontStyle=0;fontSize=16;align=center;verticalAlign=middle;horizontal=1;childLayout=stackLayout;startSize=48;horizontalStack=0;resizeParent=1;resizeParentMax=0;resizeLast=0;collapsible=0;marginTop=12;marginBottom=12;stackSpacing=0;swimlaneFillColor=light-dark(#ECECFF,#1f2020);whiteSpace=wrap;fillColor=light-dark(#ECECFF,#1f2020);strokeColor=light-dark(#9370DB,#cccccc);fontColor=light-dark(#333333,#cccccc);fontFamily=Trebuchet MS,Verdana,Arial,sans-serif;" vertex="1">
            <mxGeometry height="212" width="239" x="655" y="483" as="geometry" />
          </mxCell>
        </UserObject>
        <mxCell id="95ljqdtogvRGpSAPRX8R-47" parent="95ljqdtogvRGpSAPRX8R-46" style="text;fontSize=16;strokeColor=none;fillColor=none;align=left;verticalAlign=middle;spacingLeft=12;spacingRight=12;overflow=hidden;rotatable=0;points=[[0,0.5],[1,0.5]];portConstraint=eastwest;fontFamily=Trebuchet MS,Verdana,Arial,sans-serif;fontColor=light-dark(#333333,#cccccc);" value="-observers : List" vertex="1">
          <mxGeometry height="24" width="239" y="60" as="geometry" />
        </mxCell>
        <mxCell id="95ljqdtogvRGpSAPRX8R-48" parent="95ljqdtogvRGpSAPRX8R-46" style="text;fontSize=16;strokeColor=none;fillColor=none;align=left;verticalAlign=middle;spacingLeft=12;spacingRight=12;overflow=hidden;rotatable=0;points=[[0,0.5],[1,0.5]];portConstraint=eastwest;fontFamily=Trebuchet MS,Verdana,Arial,sans-serif;fontColor=light-dark(#333333,#cccccc);" value="-notification" vertex="1">
          <mxGeometry height="24" width="239" y="84" as="geometry" />
        </mxCell>
        <mxCell id="95ljqdtogvRGpSAPRX8R-49" parent="95ljqdtogvRGpSAPRX8R-46" style="line;strokeWidth=1;fillColor=none;spacingLeft=3;spacingRight=3;rotatable=0;points=[];strokeColor=inherit;" vertex="1">
          <mxGeometry height="20" width="239" y="108" as="geometry" />
        </mxCell>
        <mxCell id="95ljqdtogvRGpSAPRX8R-50" parent="95ljqdtogvRGpSAPRX8R-46" style="text;fontSize=16;strokeColor=none;fillColor=none;align=left;verticalAlign=middle;spacingLeft=12;spacingRight=12;overflow=hidden;rotatable=0;points=[[0,0.5],[1,0.5]];portConstraint=eastwest;fontFamily=Trebuchet MS,Verdana,Arial,sans-serif;fontColor=light-dark(#333333,#cccccc);" value="+setNotification()" vertex="1">
          <mxGeometry height="24" width="239" y="128" as="geometry" />
        </mxCell>
        <mxCell id="95ljqdtogvRGpSAPRX8R-51" parent="95ljqdtogvRGpSAPRX8R-46" style="text;fontSize=16;strokeColor=none;fillColor=none;align=left;verticalAlign=middle;spacingLeft=12;spacingRight=12;overflow=hidden;rotatable=0;points=[[0,0.5],[1,0.5]];portConstraint=eastwest;fontFamily=Trebuchet MS,Verdana,Arial,sans-serif;fontColor=light-dark(#333333,#cccccc);" value="+getNotification()" vertex="1">
          <mxGeometry height="24" width="239" y="152" as="geometry" />
        </mxCell>
        <mxCell id="95ljqdtogvRGpSAPRX8R-52" parent="95ljqdtogvRGpSAPRX8R-46" style="text;fontSize=16;strokeColor=none;fillColor=none;align=left;verticalAlign=middle;spacingLeft=12;spacingRight=12;overflow=hidden;rotatable=0;points=[[0,0.5],[1,0.5]];portConstraint=eastwest;fontFamily=Trebuchet MS,Verdana,Arial,sans-serif;fontColor=light-dark(#333333,#cccccc);" value="+notifyObservers()" vertex="1">
          <mxGeometry height="24" width="239" y="176" as="geometry" />
        </mxCell>
        <UserObject label="«abstract»&lt;br&gt;&lt;b&gt;Observer&lt;/b&gt;" mermaidId="n:Observer" mermaidBaseStyle="swimlane;html=1;fontStyle=0;fontSize=16;align=center;verticalAlign=middle;horizontal=1;childLayout=stackLayout;startSize=72;horizontalStack=0;resizeParent=1;resizeParentMax=0;resizeLast=0;collapsible=0;marginTop=12;marginBottom=12;stackSpacing=0;swimlaneFillColor=light-dark(#ECECFF,#1f2020);whiteSpace=wrap;fillColor=light-dark(#ECECFF,#1f2020);strokeColor=light-dark(#9370DB,#cccccc);fontColor=light-dark(#333333,#cccccc);fontFamily=Trebuchet MS,Verdana,Arial,sans-serif;" mermaidBaseValue="«abstract»&lt;br&gt;&lt;b&gt;Observer&lt;/b&gt;" id="95ljqdtogvRGpSAPRX8R-53">
          <mxCell parent="95ljqdtogvRGpSAPRX8R-1" style="swimlane;html=1;fontStyle=0;fontSize=16;align=center;verticalAlign=middle;horizontal=1;childLayout=stackLayout;startSize=72;horizontalStack=0;resizeParent=1;resizeParentMax=0;resizeLast=0;collapsible=0;marginTop=12;marginBottom=12;stackSpacing=0;swimlaneFillColor=light-dark(#ECECFF,#1f2020);whiteSpace=wrap;fillColor=light-dark(#ECECFF,#1f2020);strokeColor=light-dark(#9370DB,#cccccc);fontColor=light-dark(#333333,#cccccc);fontFamily=Trebuchet MS,Verdana,Arial,sans-serif;" vertex="1">
            <mxGeometry height="140" width="132" x="1107" y="274" as="geometry" />
          </mxCell>
        </UserObject>
        <mxCell id="95ljqdtogvRGpSAPRX8R-54" parent="95ljqdtogvRGpSAPRX8R-53" style="line;strokeWidth=1;fillColor=none;spacingLeft=3;spacingRight=3;rotatable=0;points=[];strokeColor=inherit;" vertex="1">
          <mxGeometry height="20" width="132" y="84" as="geometry" />
        </mxCell>
        <mxCell id="95ljqdtogvRGpSAPRX8R-55" parent="95ljqdtogvRGpSAPRX8R-53" style="text;fontSize=16;strokeColor=none;fillColor=none;align=left;verticalAlign=middle;spacingLeft=12;spacingRight=12;overflow=hidden;rotatable=0;points=[[0,0.5],[1,0.5]];portConstraint=eastwest;fontFamily=Trebuchet MS,Verdana,Arial,sans-serif;fontColor=light-dark(#333333,#cccccc);" value="+update()" vertex="1">
          <mxGeometry height="24" width="132" y="104" as="geometry" />
        </mxCell>
        <UserObject label="&lt;b&gt;LoggerObserver&lt;/b&gt;" mermaidId="n:LoggerObserver" mermaidBaseStyle="swimlane;html=1;fontStyle=0;fontSize=16;align=center;verticalAlign=middle;horizontal=1;childLayout=stackLayout;startSize=48;horizontalStack=0;resizeParent=1;resizeParentMax=0;resizeLast=0;collapsible=0;marginTop=12;marginBottom=12;stackSpacing=0;swimlaneFillColor=light-dark(#ECECFF,#1f2020);whiteSpace=wrap;fillColor=light-dark(#ECECFF,#1f2020);strokeColor=light-dark(#9370DB,#cccccc);fontColor=light-dark(#333333,#cccccc);fontFamily=Trebuchet MS,Verdana,Arial,sans-serif;" mermaidBaseValue="&lt;b&gt;LoggerObserver&lt;/b&gt;" id="95ljqdtogvRGpSAPRX8R-56">
          <mxCell parent="95ljqdtogvRGpSAPRX8R-1" style="swimlane;html=1;fontStyle=0;fontSize=16;align=center;verticalAlign=middle;horizontal=1;childLayout=stackLayout;startSize=48;horizontalStack=0;resizeParent=1;resizeParentMax=0;resizeLast=0;collapsible=0;marginTop=12;marginBottom=12;stackSpacing=0;swimlaneFillColor=light-dark(#ECECFF,#1f2020);whiteSpace=wrap;fillColor=light-dark(#ECECFF,#1f2020);strokeColor=light-dark(#9370DB,#cccccc);fontColor=light-dark(#333333,#cccccc);fontFamily=Trebuchet MS,Verdana,Arial,sans-serif;" vertex="1">
            <mxGeometry height="116" width="150" x="970" y="546" as="geometry" />
          </mxCell>
        </UserObject>
        <mxCell id="95ljqdtogvRGpSAPRX8R-57" parent="95ljqdtogvRGpSAPRX8R-56" style="line;strokeWidth=1;fillColor=none;spacingLeft=3;spacingRight=3;rotatable=0;points=[];strokeColor=inherit;" vertex="1">
          <mxGeometry height="20" width="150" y="60" as="geometry" />
        </mxCell>
        <mxCell id="95ljqdtogvRGpSAPRX8R-58" parent="95ljqdtogvRGpSAPRX8R-56" style="text;fontSize=16;strokeColor=none;fillColor=none;align=left;verticalAlign=middle;spacingLeft=12;spacingRight=12;overflow=hidden;rotatable=0;points=[[0,0.5],[1,0.5]];portConstraint=eastwest;fontFamily=Trebuchet MS,Verdana,Arial,sans-serif;fontColor=light-dark(#333333,#cccccc);" value="+update()" vertex="1">
          <mxGeometry height="24" width="150" y="80" as="geometry" />
        </mxCell>
        <UserObject label="&lt;b&gt;DatabaseObserver&lt;/b&gt;" mermaidId="n:DatabaseObs" mermaidBaseStyle="swimlane;html=1;fontStyle=0;fontSize=16;align=center;verticalAlign=middle;horizontal=1;childLayout=stackLayout;startSize=48;horizontalStack=0;resizeParent=1;resizeParentMax=0;resizeLast=0;collapsible=0;marginTop=12;marginBottom=12;stackSpacing=0;swimlaneFillColor=light-dark(#ECECFF,#1f2020);whiteSpace=wrap;fillColor=light-dark(#ECECFF,#1f2020);strokeColor=light-dark(#9370DB,#cccccc);fontColor=light-dark(#333333,#cccccc);fontFamily=Trebuchet MS,Verdana,Arial,sans-serif;" mermaidBaseValue="&lt;b&gt;DatabaseObs&lt;/b&gt;" id="95ljqdtogvRGpSAPRX8R-59">
          <mxCell parent="95ljqdtogvRGpSAPRX8R-1" style="swimlane;html=1;fontStyle=0;fontSize=16;align=center;verticalAlign=middle;horizontal=1;childLayout=stackLayout;startSize=48;horizontalStack=0;resizeParent=1;resizeParentMax=0;resizeLast=0;collapsible=0;marginTop=12;marginBottom=12;stackSpacing=0;swimlaneFillColor=light-dark(#ECECFF,#1f2020);whiteSpace=wrap;fillColor=light-dark(#ECECFF,#1f2020);strokeColor=light-dark(#9370DB,#cccccc);fontColor=light-dark(#333333,#cccccc);fontFamily=Trebuchet MS,Verdana,Arial,sans-serif;" vertex="1">
            <mxGeometry height="116" width="159" x="1167" y="497" as="geometry" />
          </mxCell>
        </UserObject>
        <mxCell id="95ljqdtogvRGpSAPRX8R-60" parent="95ljqdtogvRGpSAPRX8R-59" style="line;strokeWidth=1;fillColor=none;spacingLeft=3;spacingRight=3;rotatable=0;points=[];strokeColor=inherit;" vertex="1">
          <mxGeometry height="20" width="159" y="60" as="geometry" />
        </mxCell>
        <mxCell id="95ljqdtogvRGpSAPRX8R-61" parent="95ljqdtogvRGpSAPRX8R-59" style="text;fontSize=16;strokeColor=none;fillColor=none;align=left;verticalAlign=middle;spacingLeft=12;spacingRight=12;overflow=hidden;rotatable=0;points=[[0,0.5],[1,0.5]];portConstraint=eastwest;fontFamily=Trebuchet MS,Verdana,Arial,sans-serif;fontColor=light-dark(#333333,#cccccc);" value="+update()" vertex="1">
          <mxGeometry height="24" width="159" y="80" as="geometry" />
        </mxCell>
        <UserObject label="&lt;b&gt;NotificationEngine&lt;/b&gt;" mermaidId="n:AnalyticsObserver" mermaidBaseStyle="swimlane;html=1;fontStyle=0;fontSize=16;align=center;verticalAlign=middle;horizontal=1;childLayout=stackLayout;startSize=48;horizontalStack=0;resizeParent=1;resizeParentMax=0;resizeLast=0;collapsible=0;marginTop=12;marginBottom=12;stackSpacing=0;swimlaneFillColor=light-dark(#ECECFF,#1f2020);whiteSpace=wrap;fillColor=light-dark(#ECECFF,#1f2020);strokeColor=light-dark(#9370DB,#cccccc);fontColor=light-dark(#333333,#cccccc);fontFamily=Trebuchet MS,Verdana,Arial,sans-serif;" mermaidBaseValue="&lt;b&gt;AnalyticsObserver&lt;/b&gt;" id="95ljqdtogvRGpSAPRX8R-62">
          <mxCell parent="95ljqdtogvRGpSAPRX8R-1" style="swimlane;html=1;fontStyle=0;fontSize=16;align=center;verticalAlign=middle;horizontal=1;childLayout=stackLayout;startSize=48;horizontalStack=0;resizeParent=1;resizeParentMax=0;resizeLast=0;collapsible=0;marginTop=12;marginBottom=12;stackSpacing=0;swimlaneFillColor=light-dark(#ECECFF,#1f2020);whiteSpace=wrap;fillColor=light-dark(#ECECFF,#1f2020);strokeColor=light-dark(#9370DB,#cccccc);fontColor=light-dark(#333333,#cccccc);fontFamily=Trebuchet MS,Verdana,Arial,sans-serif;" vertex="1">
            <mxGeometry height="116" width="158" x="1400" y="447" as="geometry" />
          </mxCell>
        </UserObject>
        <mxCell id="95ljqdtogvRGpSAPRX8R-63" parent="95ljqdtogvRGpSAPRX8R-62" style="line;strokeWidth=1;fillColor=none;spacingLeft=3;spacingRight=3;rotatable=0;points=[];strokeColor=inherit;" vertex="1">
          <mxGeometry height="20" width="158" y="60" as="geometry" />
        </mxCell>
        <mxCell id="95ljqdtogvRGpSAPRX8R-64" parent="95ljqdtogvRGpSAPRX8R-62" style="text;fontSize=16;strokeColor=none;fillColor=none;align=left;verticalAlign=middle;spacingLeft=12;spacingRight=12;overflow=hidden;rotatable=0;points=[[0,0.5],[1,0.5]];portConstraint=eastwest;fontFamily=Trebuchet MS,Verdana,Arial,sans-serif;fontColor=light-dark(#333333,#cccccc);" value="+update()" vertex="1">
          <mxGeometry height="24" width="158" y="80" as="geometry" />
        </mxCell>
        <UserObject label="" mermaidId="e:NotificationStrategy-&gt;EmailStrategy#0" mermaidBaseStyle="curved=1;startArrow=block;startSize=14;startFill=0;endArrow=none;strokeColor=light-dark(#333333,#cccccc);exitX=0.24;exitY=1;entryX=0.5;entryY=0;" mermaidBaseValue="" id="95ljqdtogvRGpSAPRX8R-66">
          <mxCell edge="1" parent="95ljqdtogvRGpSAPRX8R-1" source="95ljqdtogvRGpSAPRX8R-9" style="curved=1;startArrow=block;startSize=14;startFill=0;endArrow=none;strokeColor=light-dark(#333333,#cccccc);exitX=0.24;exitY=1;entryX=0.5;entryY=0;rounded=0;" target="95ljqdtogvRGpSAPRX8R-12">
            <mxGeometry relative="1" as="geometry">
              <Array as="points">
                <mxPoint x="1678" y="457" />
              </Array>
            </mxGeometry>
          </mxCell>
        </UserObject>
        <UserObject label="" mermaidId="e:NotificationStrategy-&gt;SMSStrategy#0" mermaidBaseStyle="curved=1;startArrow=block;startSize=14;startFill=0;endArrow=none;strokeColor=light-dark(#333333,#cccccc);exitX=0.59;exitY=1;entryX=0.5;entryY=0;" mermaidBaseValue="" id="95ljqdtogvRGpSAPRX8R-67">
          <mxCell edge="1" parent="95ljqdtogvRGpSAPRX8R-1" source="95ljqdtogvRGpSAPRX8R-9" style="curved=1;startArrow=block;startSize=14;startFill=0;endArrow=none;strokeColor=light-dark(#333333,#cccccc);exitX=0.59;exitY=1;entryX=0.5;entryY=0;rounded=0;" target="95ljqdtogvRGpSAPRX8R-15">
            <mxGeometry relative="1" as="geometry">
              <Array as="points">
                <mxPoint x="1852" y="457" />
              </Array>
            </mxGeometry>
          </mxCell>
        </UserObject>
        <UserObject label="" mermaidId="e:NotificationStrategy-&gt;PushStrategy#0" mermaidBaseStyle="curved=1;startArrow=block;startSize=14;startFill=0;endArrow=none;strokeColor=light-dark(#333333,#cccccc);exitX=0.95;exitY=1;entryX=0.49;entryY=0;" mermaidBaseValue="" id="95ljqdtogvRGpSAPRX8R-68">
          <mxCell edge="1" parent="95ljqdtogvRGpSAPRX8R-1" source="95ljqdtogvRGpSAPRX8R-9" style="curved=1;startArrow=block;startSize=14;startFill=0;endArrow=none;strokeColor=light-dark(#333333,#cccccc);exitX=0.95;exitY=1;entryX=0.49;entryY=0;rounded=0;" target="95ljqdtogvRGpSAPRX8R-18">
            <mxGeometry relative="1" as="geometry">
              <Array as="points">
                <mxPoint x="2023" y="457" />
              </Array>
            </mxGeometry>
          </mxCell>
        </UserObject>
        <UserObject label="" mermaidId="e:Notification-&gt;SimpleNotification#0" mermaidBaseStyle="curved=1;startArrow=block;startSize=14;startFill=0;endArrow=none;strokeColor=light-dark(#333333,#cccccc);exitX=0.12;exitY=1;entryX=0.5;entryY=0;" mermaidBaseValue="" id="95ljqdtogvRGpSAPRX8R-69">
          <mxCell edge="1" parent="95ljqdtogvRGpSAPRX8R-1" source="95ljqdtogvRGpSAPRX8R-21" style="curved=1;startArrow=block;startSize=14;startFill=0;endArrow=none;strokeColor=light-dark(#333333,#cccccc);exitX=0.12;exitY=1;entryX=0.5;entryY=0;rounded=0;" target="95ljqdtogvRGpSAPRX8R-24">
            <mxGeometry relative="1" as="geometry">
              <Array as="points">
                <mxPoint x="104" y="507" />
              </Array>
            </mxGeometry>
          </mxCell>
        </UserObject>
        <UserObject label="" mermaidId="e:Notification-&gt;NotificationDecorator#0" mermaidBaseStyle="curved=1;startArrow=block;startSize=14;startFill=0;endArrow=none;strokeColor=light-dark(#333333,#cccccc);exitX=0.528169014084507;exitY=1;exitDx=0;exitDy=0;entryX=0.5204081632653061;entryY=0;entryDx=0;entryDy=0;curved=1;exitX=0.53;exitY=1;entryX=0.52;entryY=0;" mermaidBaseValue="" id="95ljqdtogvRGpSAPRX8R-70">
          <mxCell edge="1" parent="95ljqdtogvRGpSAPRX8R-1" source="95ljqdtogvRGpSAPRX8R-21" style="curved=1;startArrow=block;startSize=14;startFill=0;endArrow=none;strokeColor=light-dark(#333333,#cccccc);exitX=0.53;exitY=1;exitDx=0;exitDy=0;entryX=0.52;entryY=0;entryDx=0;entryDy=0;rounded=0;" target="95ljqdtogvRGpSAPRX8R-28">
            <mxGeometry relative="1" as="geometry">
              <mxPoint as="offset" />
              <Array as="points">
                <mxPoint x="353" y="506" />
              </Array>
            </mxGeometry>
          </mxCell>
        </UserObject>
        <UserObject label="" mermaidId="e:NotificationDecorator-&gt;Notification#0" mermaidBaseStyle="curved=1;startArrow=diamondThin;startSize=14;startFill=0;endArrow=none;strokeColor=light-dark(#333333,#cccccc);exitX=0.47959183673469385;exitY=0;exitDx=0;exitDy=0;entryX=0.47183098591549294;entryY=1;entryDx=0;entryDy=0;curved=1;exitX=0.48;exitY=0;entryX=0.47;entryY=1;" mermaidBaseValue="" id="95ljqdtogvRGpSAPRX8R-71">
          <mxCell edge="1" parent="95ljqdtogvRGpSAPRX8R-1" source="95ljqdtogvRGpSAPRX8R-28" style="curved=1;startArrow=diamondThin;startSize=14;startFill=0;endArrow=none;strokeColor=light-dark(#333333,#cccccc);exitX=0.48;exitY=0;exitDx=0;exitDy=0;entryX=0.47;entryY=1;entryDx=0;entryDy=0;rounded=0;" target="95ljqdtogvRGpSAPRX8R-21">
            <mxGeometry relative="1" as="geometry">
              <mxPoint as="offset" />
              <Array as="points">
                <mxPoint x="329" y="506" />
              </Array>
            </mxGeometry>
          </mxCell>
        </UserObject>
        <UserObject label="" mermaidId="e:NotificationDecorator-&gt;TimestampDeco#0" mermaidBaseStyle="curved=1;startArrow=block;startSize=14;startFill=0;endArrow=none;strokeColor=light-dark(#333333,#cccccc);exitX=0.18;exitY=1;entryX=0.5;entryY=0;" mermaidBaseValue="" id="95ljqdtogvRGpSAPRX8R-72">
          <mxCell edge="1" parent="95ljqdtogvRGpSAPRX8R-1" source="95ljqdtogvRGpSAPRX8R-28" style="curved=1;startArrow=block;startSize=14;startFill=0;endArrow=none;strokeColor=light-dark(#333333,#cccccc);exitX=0.18;exitY=1;entryX=0.5;entryY=0;rounded=0;" target="95ljqdtogvRGpSAPRX8R-32">
            <mxGeometry relative="1" as="geometry">
              <Array as="points">
                <mxPoint x="128" y="783" />
              </Array>
            </mxGeometry>
          </mxCell>
        </UserObject>
        <UserObject label="" mermaidId="e:NotificationDecorator-&gt;SignatureDeco#0" mermaidBaseStyle="curved=1;startArrow=block;startSize=14;startFill=0;endArrow=none;strokeColor=light-dark(#333333,#cccccc);exitX=0.57;exitY=1;entryX=0.5;entryY=0;" mermaidBaseValue="" id="95ljqdtogvRGpSAPRX8R-73">
          <mxCell edge="1" parent="95ljqdtogvRGpSAPRX8R-1" source="95ljqdtogvRGpSAPRX8R-28" style="curved=1;startArrow=block;startSize=14;startFill=0;endArrow=none;strokeColor=light-dark(#333333,#cccccc);exitX=0.57;exitY=1;entryX=0.5;entryY=0;rounded=0;" target="95ljqdtogvRGpSAPRX8R-35">
            <mxGeometry relative="1" as="geometry">
              <Array as="points">
                <mxPoint x="356" y="783" />
              </Array>
            </mxGeometry>
          </mxCell>
        </UserObject>
        <UserObject label="" mermaidId="e:NotificationDecorator-&gt;EncryptionDeco#0" mermaidBaseStyle="curved=1;startArrow=block;startSize=14;startFill=0;endArrow=none;strokeColor=light-dark(#333333,#cccccc);exitX=0.97;exitY=1;entryX=0.5;entryY=0;" mermaidBaseValue="" id="95ljqdtogvRGpSAPRX8R-74">
          <mxCell edge="1" parent="95ljqdtogvRGpSAPRX8R-1" source="95ljqdtogvRGpSAPRX8R-28" style="curved=1;startArrow=block;startSize=14;startFill=0;endArrow=none;strokeColor=light-dark(#333333,#cccccc);exitX=0.97;exitY=1;entryX=0.5;entryY=0;rounded=0;" target="95ljqdtogvRGpSAPRX8R-38">
            <mxGeometry relative="1" as="geometry">
              <Array as="points">
                <mxPoint x="584" y="783" />
              </Array>
            </mxGeometry>
          </mxCell>
        </UserObject>
        <UserObject label="" mermaidId="e:Observable-&gt;NotificationObservable#0" mermaidBaseStyle="curved=1;startArrow=block;startSize=14;startFill=0;endArrow=none;strokeColor=light-dark(#333333,#cccccc);exitX=0.5;exitY=1;entryX=0.5;entryY=0;" mermaidBaseValue="" id="95ljqdtogvRGpSAPRX8R-75">
          <mxCell edge="1" parent="95ljqdtogvRGpSAPRX8R-1" source="95ljqdtogvRGpSAPRX8R-41" style="curved=1;startArrow=block;startSize=14;startFill=0;endArrow=none;strokeColor=light-dark(#333333,#cccccc);exitX=0.5;exitY=1;entryX=0.5;entryY=0;rounded=0;" target="95ljqdtogvRGpSAPRX8R-46">
            <mxGeometry relative="1" as="geometry">
              <Array as="points" />
            </mxGeometry>
          </mxCell>
        </UserObject>
        <UserObject label="" mermaidId="e:Observer-&gt;DatabaseObs#0" mermaidBaseStyle="curved=1;startArrow=block;startSize=14;startFill=0;endArrow=none;strokeColor=light-dark(#333333,#cccccc);exitX=0.2;exitY=1;entryX=0.5;entryY=0;" mermaidBaseValue="" id="95ljqdtogvRGpSAPRX8R-77">
          <mxCell edge="1" parent="95ljqdtogvRGpSAPRX8R-1" style="curved=1;startArrow=block;startSize=14;startFill=0;endArrow=none;strokeColor=light-dark(#333333,#cccccc);entryX=0.5;entryY=0;rounded=0;" target="95ljqdtogvRGpSAPRX8R-59">
            <mxGeometry relative="1" as="geometry">
              <Array as="points">
                <mxPoint x="1249" y="455" />
              </Array>
              <mxPoint x="1214" y="414" as="sourcePoint" />
            </mxGeometry>
          </mxCell>
        </UserObject>
        <UserObject label="" mermaidId="e:Observer-&gt;AnalyticsObserver#0" mermaidBaseStyle="curved=1;startArrow=block;startSize=14;startFill=0;endArrow=none;strokeColor=light-dark(#333333,#cccccc);exitX=1;exitY=0.8;entryX=0.5;entryY=0;" mermaidBaseValue="" id="95ljqdtogvRGpSAPRX8R-78">
          <mxCell edge="1" parent="95ljqdtogvRGpSAPRX8R-1" source="95ljqdtogvRGpSAPRX8R-53" style="curved=1;startArrow=block;startSize=14;startFill=0;endArrow=none;strokeColor=light-dark(#333333,#cccccc);exitX=1;exitY=0.8;entryX=0;entryY=0.25;rounded=0;entryDx=0;entryDy=0;" target="95ljqdtogvRGpSAPRX8R-62">
            <mxGeometry relative="1" as="geometry">
              <Array as="points">
                <mxPoint x="1336" y="401" />
              </Array>
            </mxGeometry>
          </mxCell>
        </UserObject>
        <UserObject label="notifies" mermaidId="e:NotificationObservable-&gt;Observer#0" mermaidBaseStyle="curved=1;startArrow=none;endArrow=classic;endSize=9;strokeColor=light-dark(#333333,#cccccc);html=1;fontSize=16;labelBackgroundColor=light-dark(#ECECFF,#1f2020);fontFamily=Trebuchet MS,Verdana,Arial,sans-serif;fontColor=light-dark(#333333,#cccccc);exitX=0.5;exitY=1;entryX=0.5;entryY=0;" mermaidBaseValue="notifies" id="95ljqdtogvRGpSAPRX8R-79">
          <mxCell edge="1" parent="95ljqdtogvRGpSAPRX8R-1" source="95ljqdtogvRGpSAPRX8R-46" style="curved=1;startArrow=none;endArrow=classic;endSize=9;strokeColor=light-dark(#333333,#cccccc);html=1;fontSize=16;labelBackgroundColor=light-dark(#ECECFF,#1f2020);fontFamily=Trebuchet MS,Verdana,Arial,sans-serif;fontColor=light-dark(#333333,#cccccc);rounded=0;entryX=-0.013;entryY=0.4;entryDx=0;entryDy=0;entryPerimeter=0;" target="95ljqdtogvRGpSAPRX8R-53">
            <mxGeometry relative="1" as="geometry">
              <Array as="points" />
              <mxPoint x="836.9980000000002" y="482.9979999999999" as="sourcePoint" />
              <mxPoint x="1094" y="323" as="targetPoint" />
            </mxGeometry>
          </mxCell>
        </UserObject>
        <mxCell id="OdtxIIB6AjA8b-HvkafT-7" edge="1" parent="95ljqdtogvRGpSAPRX8R-1" source="95ljqdtogvRGpSAPRX8R-53" style="endArrow=diamondThin;endFill=0;endSize=24;html=1;rounded=0;entryX=1.002;entryY=0.309;entryDx=0;entryDy=0;exitX=0;exitY=0.25;exitDx=0;exitDy=0;entryPerimeter=0;" target="95ljqdtogvRGpSAPRX8R-41" value="">
          <mxGeometry relative="1" width="160" as="geometry">
            <mxPoint x="1000" y="151" as="sourcePoint" />
            <mxPoint x="1070" y="307" as="targetPoint" />
          </mxGeometry>
        </mxCell>
        <mxCell id="OdtxIIB6AjA8b-HvkafT-9" edge="1" parent="95ljqdtogvRGpSAPRX8R-1" source="95ljqdtogvRGpSAPRX8R-56" style="endArrow=block;endSize=16;endFill=0;html=1;rounded=0;entryX=0;entryY=1.056;entryDx=0;entryDy=0;entryPerimeter=0;exitX=0.5;exitY=0;exitDx=0;exitDy=0;curved=1;" target="95ljqdtogvRGpSAPRX8R-55" value="">
          <mxGeometry relative="1" width="160" as="geometry">
            <Array as="points">
              <mxPoint x="1041" y="450" />
            </Array>
            <mxPoint x="951" y="501" as="sourcePoint" />
            <mxPoint x="1111" y="501" as="targetPoint" />
          </mxGeometry>
        </mxCell>
        <mxCell id="OdtxIIB6AjA8b-HvkafT-11" edge="1" parent="95ljqdtogvRGpSAPRX8R-1" source="95ljqdtogvRGpSAPRX8R-62" style="endArrow=open;endFill=1;endSize=12;html=1;rounded=0;exitX=0.75;exitY=0;exitDx=0;exitDy=0;curved=1;entryX=0;entryY=0.5;entryDx=0;entryDy=0;" target="95ljqdtogvRGpSAPRX8R-9" value="">
          <mxGeometry relative="1" width="160" as="geometry">
            <Array as="points">
              <mxPoint x="1519" y="313" />
            </Array>
            <mxPoint x="1533" y="289.17" as="sourcePoint" />
            <mxPoint x="1693" y="289.17" as="targetPoint" />
          </mxGeometry>
        </mxCell>
+         <mxCell id="R15FbQoyLwitaG1NfhFc-5" connectable="0" parent="OdtxIIB6AjA8b-HvkafT-11" style="edgeLabel;html=1;align=center;verticalAlign=middle;resizable=0;points=[];" value="(1...*)" vertex="1">
+           <mxGeometry relative="1" x="0.252" y="-22" as="geometry">
+             <mxPoint as="offset" />
+           </mxGeometry>
+         </mxCell>
        <mxCell id="OdtxIIB6AjA8b-HvkafT-15" edge="1" parent="95ljqdtogvRGpSAPRX8R-1" source="95ljqdtogvRGpSAPRX8R-56" style="endArrow=open;endFill=1;endSize=12;html=1;rounded=0;entryX=1;entryY=0.5;entryDx=0;entryDy=0;exitX=0;exitY=0.5;exitDx=0;exitDy=0;" target="95ljqdtogvRGpSAPRX8R-50" value="">
          <mxGeometry relative="1" width="160" as="geometry">
            <mxPoint x="907" y="743" as="sourcePoint" />
            <mxPoint x="1067" y="743" as="targetPoint" />
+           </mxGeometry>
+         </mxCell>
+         <mxCell id="R15FbQoyLwitaG1NfhFc-2" edge="1" parent="95ljqdtogvRGpSAPRX8R-1" source="R15FbQoyLwitaG1NfhFc-1" style="endArrow=open;endFill=1;endSize=12;html=1;rounded=0;exitX=0;exitY=0.5;exitDx=0;exitDy=0;entryX=0.565;entryY=0.002;entryDx=0;entryDy=0;entryPerimeter=0;curved=1;" target="95ljqdtogvRGpSAPRX8R-21" value="">
+           <mxGeometry relative="1" width="160" as="geometry">
+             <Array as="points">
+               <mxPoint x="274" y="155" />
+             </Array>
+             <mxPoint x="180.5" y="191" as="sourcePoint" />
+             <mxPoint x="340.5" y="191" as="targetPoint" />
+           </mxGeometry>
+         </mxCell>
+         <mxCell id="R15FbQoyLwitaG1NfhFc-6" connectable="0" parent="R15FbQoyLwitaG1NfhFc-2" style="edgeLabel;html=1;align=center;verticalAlign=middle;resizable=0;points=[];" value="(1.....*)" vertex="1">
+           <mxGeometry relative="1" x="0.0932" y="31" as="geometry">
+             <mxPoint y="1" as="offset" />
+           </mxGeometry>
+         </mxCell>
+         <mxCell id="R15FbQoyLwitaG1NfhFc-3" edge="1" parent="95ljqdtogvRGpSAPRX8R-1" style="endArrow=open;endFill=1;endSize=12;html=1;rounded=0;entryX=0;entryY=0.5;entryDx=0;entryDy=0;curved=1;" target="95ljqdtogvRGpSAPRX8R-47" value="">
+           <mxGeometry relative="1" width="160" as="geometry">
+             <Array as="points">
+               <mxPoint x="520" y="573" />
+             </Array>
+             <mxPoint x="504" y="207" as="sourcePoint" />
+             <mxPoint x="429" y="422" as="targetPoint" />
+           </mxGeometry>
+         </mxCell>
+         <mxCell id="R15FbQoyLwitaG1NfhFc-4" edge="1" parent="95ljqdtogvRGpSAPRX8R-1" source="R15FbQoyLwitaG1NfhFc-1" style="endArrow=open;endFill=1;endSize=12;html=1;rounded=0;exitX=1;exitY=0.5;exitDx=0;exitDy=0;entryX=0.013;entryY=0.193;entryDx=0;entryDy=0;entryPerimeter=0;curved=1;" target="95ljqdtogvRGpSAPRX8R-9" value="">
+           <mxGeometry relative="1" width="160" as="geometry">
+             <Array as="points">
+               <mxPoint x="1365" y="48" />
+             </Array>
+             <mxPoint x="947" y="56" as="sourcePoint" />
+             <mxPoint x="833" y="274" as="targetPoint" />
          </mxGeometry>
        </mxCell>
      </root>
    </mxGraphModel>
  </diagram>
</mxfile>
